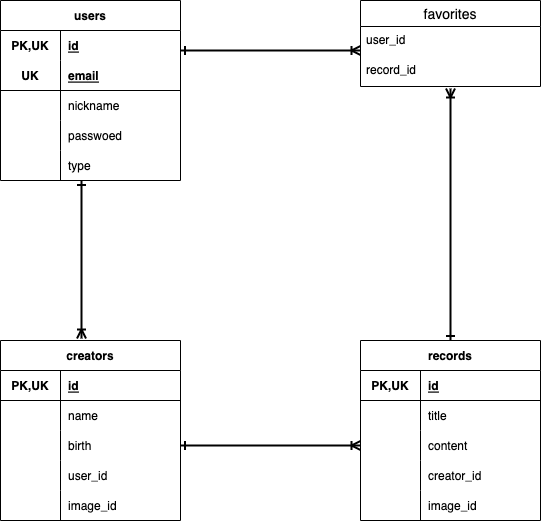
misternogood/issue_repository keeps this draw.io diagram as 自作アプリテーブル定義書-ER図/.drawio.png. Above is the earlier version. Source tidied: cells renumbered, new cells last; positions are measured from the earlier drawing's top-left corner, leaving out a move shared by most shapes.
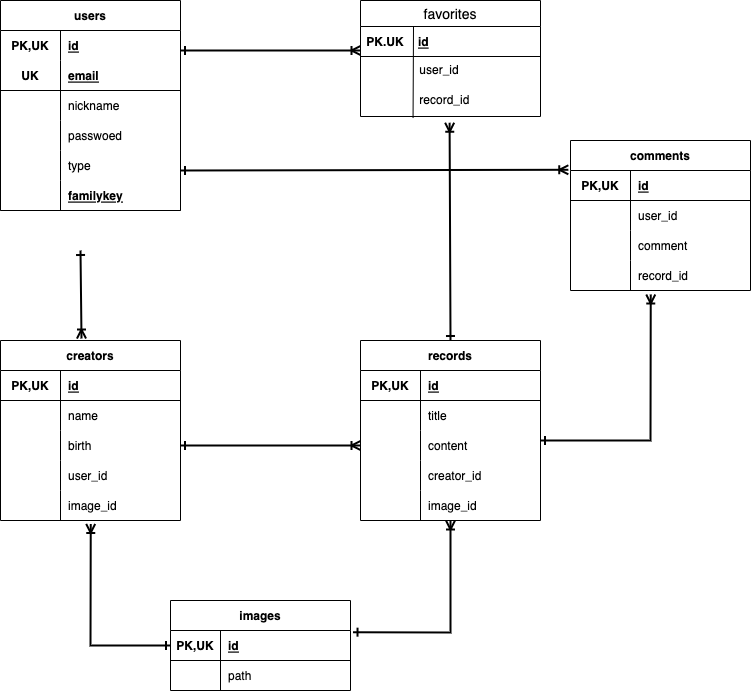
The same file after the commit.

Commit message:
テーブル追加のため修正

The edit, as a diff of the source:
```diff
@@ -3,7 +3,7 @@
     <mxCell id="0" />
     <mxCell id="1" parent="0" />
     <mxCell id="2" value="users" style="shape=table;startSize=30;rowLines=0;fontStyle=1;align=center;" parent="1" vertex="1">
-      <mxGeometry width="180" height="180" as="geometry" />
+      <mxGeometry width="180" height="210" as="geometry" />
     </mxCell>
     <mxCell id="3" style="shape=tableRow;horizontal=0;startSize=0;swimlaneHead=0;swimlaneBody=0;fillColor=none;top=0;left=0;right=0;bottom=0;" parent="2" vertex="1">
       <mxGeometry y="30" width="180" height="30" as="geometry" />
@@ -50,6 +50,15 @@
     <mxCell id="17" value="type" style="shape=partialRectangle;fillColor=none;top=0;left=0;bottom=0;right=0;align=left;spacingLeft=6;fontStyle=0;overflow=hidden;" parent="15" vertex="1">
       <mxGeometry x="60" width="120" height="30" as="geometry" />
     </mxCell>
+    <mxCell id="57" style="shape=tableRow;horizontal=0;startSize=0;swimlaneHead=0;swimlaneBody=0;fillColor=none;top=0;left=0;right=0;bottom=1;" parent="2" vertex="1">
+      <mxGeometry y="180" width="180" height="30" as="geometry" />
+    </mxCell>
+    <mxCell id="58" style="shape=partialRectangle;fillColor=none;top=0;left=0;bottom=0;right=0;fontStyle=1;overflow=hidden;" parent="57" vertex="1">
+      <mxGeometry width="60" height="30" as="geometry" />
+    </mxCell>
+    <mxCell id="59" value="familykey" style="shape=partialRectangle;fillColor=none;top=0;left=0;bottom=0;right=0;align=left;spacingLeft=6;fontStyle=5;overflow=hidden;" parent="57" vertex="1">
+      <mxGeometry x="60" width="120" height="30" as="geometry" />
+    </mxCell>
     <mxCell id="18" value="creators" style="shape=table;startSize=30;rowLines=0;fontStyle=1;align=center;" parent="1" vertex="1">
       <mxGeometry y="340" width="180" height="180" as="geometry" />
     </mxCell>
@@ -147,17 +156,34 @@
       <mxGeometry x="60" width="120" height="30" as="geometry" />
     </mxCell>
     <mxCell id="50" value="favorites" style="swimlane;fontStyle=0;horizontal=1;startSize=26;align=center;fontSize=14;" parent="1" vertex="1">
-      <mxGeometry x="360" width="180" height="86" as="geometry" />
+      <mxGeometry x="360" width="180" height="116" as="geometry" />
     </mxCell>
+    <mxCell id="60" style="shape=table;startSize=0;rowLines=0;fontStyle=0;align=center;strokeColor=none;fillColor=none;" parent="50" vertex="1">
+      <mxGeometry y="26" width="180" height="30" as="geometry" />
+    </mxCell>
+    <mxCell id="61" style="shape=tableRow;horizontal=0;startSize=0;swimlaneHead=0;swimlaneBody=0;fillColor=none;top=0;left=0;right=0;bottom=1;" parent="60" vertex="1">
+      <mxGeometry width="180" height="30" as="geometry" />
+    </mxCell>
+    <mxCell id="62" value="PK.UK" style="shape=partialRectangle;fillColor=none;top=0;left=0;bottom=0;right=0;fontStyle=1;overflow=hidden;" parent="61" vertex="1">
+      <mxGeometry width="50" height="30" as="geometry" />
+    </mxCell>
+    <mxCell id="63" value="id" style="shape=partialRectangle;fillColor=none;top=0;left=0;bottom=0;right=0;align=left;spacingLeft=6;fontStyle=5;overflow=hidden;" parent="61" vertex="1">
+      <mxGeometry x="50" width="130" height="30" as="geometry" />
+    </mxCell>
-    <mxCell id="51" value="user_id" style="text;strokeColor=none;fillColor=none;spacingLeft=4;spacingRight=4;overflow=hidden;fontSize=12;" parent="50" vertex="1">
-      <mxGeometry y="26" width="180" height="30" as="geometry" />
+    <mxCell id="51" value="                user_id" style="text;strokeColor=none;fillColor=none;spacingLeft=4;spacingRight=4;overflow=hidden;fontSize=12;" parent="50" vertex="1">
+      <mxGeometry y="56" width="180" height="30" as="geometry" />
     </mxCell>
+    <mxCell id="64" style="endArrow=none;html=1;rounded=0;entryX=0.292;entryY=1.051;entryDx=0;entryDy=0;entryPerimeter=0;" parent="50" edge="1" target="52">
+      <mxGeometry relative="1" as="geometry">
+        <mxPoint x="53" y="26" as="sourcePoint" />
+      </mxGeometry>
+    </mxCell>
-    <mxCell id="52" value="record_id" style="text;strokeColor=none;fillColor=none;spacingLeft=4;spacingRight=4;overflow=hidden;points=[[0,0.5],[1,0.5]];portConstraint=eastwest;fontSize=12;" parent="50" vertex="1">
-      <mxGeometry y="56" width="180" height="30" as="geometry" />
+    <mxCell id="52" value="                record_id" style="text;strokeColor=none;fillColor=none;spacingLeft=4;spacingRight=4;overflow=hidden;points=[[0,0.5],[1,0.5]];portConstraint=eastwest;fontSize=12;" parent="50" vertex="1">
+      <mxGeometry y="86" width="180" height="30" as="geometry" />
     </mxCell>
     <mxCell id="53" style="endArrow=ERoneToMany;html=1;rounded=0;entryX=0.45;entryY=-0.011;entryDx=0;entryDy=0;entryPerimeter=0;strokeWidth=2;startArrow=ERone;startFill=0;endFill=0;" parent="1" edge="1" target="18">
       <mxGeometry relative="1" as="geometry">
-        <mxPoint x="81" y="180" as="sourcePoint" />
+        <mxPoint x="80" y="250" as="sourcePoint" />
       </mxGeometry>
     </mxCell>
     <mxCell id="54" style="endArrow=ERoneToMany;html=1;rounded=0;strokeWidth=2;startArrow=ERone;startFill=0;endFill=0;exitX=1;exitY=0.5;exitDx=0;exitDy=0;entryX=0;entryY=0.5;entryDx=0;entryDy=0;" parent="1" edge="1" source="25" target="41">
@@ -169,8 +195,96 @@
         <mxPoint x="360" y="50" as="targetPoint" />
       </mxGeometry>
     </mxCell>
-    <mxCell id="56" style="endArrow=ERoneToMany;html=1;rounded=0;entryX=0.5;entryY=1.067;entryDx=0;entryDy=0;entryPerimeter=0;strokeWidth=2;startArrow=ERone;startFill=0;endFill=0;exitX=0.5;exitY=0;exitDx=0;exitDy=0;" parent="1" edge="1" source="34" target="52">
+    <mxCell id="56" style="endArrow=ERoneToMany;html=1;rounded=0;strokeWidth=2;startArrow=ERone;startFill=0;endFill=0;exitX=0.5;exitY=0;exitDx=0;exitDy=0;entryX=0.495;entryY=1.208;entryDx=0;entryDy=0;entryPerimeter=0;" parent="1" edge="1" source="34" target="52">
       <mxGeometry relative="1" as="geometry" />
     </mxCell>
+    <mxCell id="65" value="images" style="shape=table;startSize=30;rowLines=0;fontStyle=1;align=center;" parent="1" vertex="1">
+      <mxGeometry x="170" y="600" width="180" height="90" as="geometry" />
+    </mxCell>
+    <mxCell id="66" style="shape=tableRow;horizontal=0;startSize=0;swimlaneHead=0;swimlaneBody=0;fillColor=none;points=[[0,0.5],[1,0.5]];portConstraint=eastwest;top=0;left=0;right=0;bottom=1;" parent="65" vertex="1">
+      <mxGeometry y="30" width="180" height="30" as="geometry" />
+    </mxCell>
+    <mxCell id="67" value="PK,UK" style="shape=partialRectangle;fillColor=none;top=0;left=0;bottom=0;right=0;fontStyle=1;overflow=hidden;" parent="66" vertex="1">
+      <mxGeometry width="50" height="30" as="geometry" />
+    </mxCell>
+    <mxCell id="68" value="id" style="shape=partialRectangle;fillColor=none;top=0;left=0;bottom=0;right=0;align=left;spacingLeft=6;fontStyle=5;overflow=hidden;" parent="66" vertex="1">
+      <mxGeometry x="50" width="130" height="30" as="geometry" />
+    </mxCell>
+    <mxCell id="69" style="shape=tableRow;horizontal=0;startSize=0;swimlaneHead=0;swimlaneBody=0;fillColor=none;top=0;left=0;right=0;bottom=0;" parent="65" vertex="1">
+      <mxGeometry y="60" width="180" height="30" as="geometry" />
+    </mxCell>
+    <mxCell id="70" style="shape=partialRectangle;fillColor=none;top=0;left=0;bottom=0;right=0;overflow=hidden;" parent="69" vertex="1">
+      <mxGeometry width="50" height="30" as="geometry" />
+    </mxCell>
+    <mxCell id="71" value="path" style="shape=partialRectangle;fillColor=none;top=0;left=0;bottom=0;right=0;align=left;spacingLeft=6;overflow=hidden;" parent="69" vertex="1">
+      <mxGeometry x="50" width="130" height="30" as="geometry" />
+    </mxCell>
+    <mxCell id="72" style="endArrow=ERoneToMany;html=1;rounded=0;strokeWidth=2;startArrow=ERone;startFill=0;endFill=0;exitX=1.014;exitY=0.055;exitDx=0;exitDy=0;exitPerimeter=0;" parent="1" edge="1" source="66">
+      <mxGeometry relative="1" as="geometry">
+        <mxPoint x="450" y="520" as="targetPoint" />
+        <Array as="points">
+          <mxPoint x="450" y="632" />
+        </Array>
+      </mxGeometry>
+    </mxCell>
+    <mxCell id="73" style="endArrow=ERoneToMany;html=1;rounded=0;strokeWidth=2;startArrow=ERone;startFill=0;endFill=0;exitX=0;exitY=0.5;exitDx=0;exitDy=0;entryX=0.501;entryY=1.114;entryDx=0;entryDy=0;entryPerimeter=0;" parent="1" edge="1" source="66" target="31">
+      <mxGeometry relative="1" as="geometry">
+        <Array as="points">
+          <mxPoint x="90" y="645" />
+        </Array>
+      </mxGeometry>
+    </mxCell>
+    <mxCell id="74" value="comments" style="shape=table;startSize=30;rowLines=0;fontStyle=1;align=center;" parent="1" vertex="1">
+      <mxGeometry x="570" y="140" width="180" height="150" as="geometry" />
+    </mxCell>
+    <mxCell id="75" style="shape=tableRow;horizontal=0;startSize=0;swimlaneHead=0;swimlaneBody=0;fillColor=none;points=[[0,0.5],[1,0.5]];portConstraint=eastwest;top=0;left=0;right=0;bottom=1;" parent="74" vertex="1">
+      <mxGeometry y="30" width="180" height="30" as="geometry" />
+    </mxCell>
+    <mxCell id="76" value="PK,UK" style="shape=partialRectangle;fillColor=none;top=0;left=0;bottom=0;right=0;fontStyle=1;overflow=hidden;" parent="75" vertex="1">
+      <mxGeometry width="60" height="30" as="geometry" />
+    </mxCell>
+    <mxCell id="77" value="id" style="shape=partialRectangle;fillColor=none;top=0;left=0;bottom=0;right=0;align=left;spacingLeft=6;fontStyle=5;overflow=hidden;" parent="75" vertex="1">
+      <mxGeometry x="60" width="120" height="30" as="geometry" />
+    </mxCell>
+    <mxCell id="78" style="shape=tableRow;horizontal=0;startSize=0;swimlaneHead=0;swimlaneBody=0;fillColor=none;top=0;left=0;right=0;bottom=0;" parent="74" vertex="1">
+      <mxGeometry y="60" width="180" height="30" as="geometry" />
+    </mxCell>
+    <mxCell id="79" style="shape=partialRectangle;fillColor=none;top=0;left=0;bottom=0;right=0;overflow=hidden;" parent="78" vertex="1">
+      <mxGeometry width="60" height="30" as="geometry" />
+    </mxCell>
+    <mxCell id="80" value="user_id" style="shape=partialRectangle;fillColor=none;top=0;left=0;bottom=0;right=0;align=left;spacingLeft=6;overflow=hidden;" parent="78" vertex="1">
+      <mxGeometry x="60" width="120" height="30" as="geometry" />
+    </mxCell>
+    <mxCell id="81" style="shape=tableRow;horizontal=0;startSize=0;swimlaneHead=0;swimlaneBody=0;fillColor=none;top=0;left=0;right=0;bottom=0;" parent="74" vertex="1">
+      <mxGeometry y="90" width="180" height="30" as="geometry" />
+    </mxCell>
+    <mxCell id="82" style="shape=partialRectangle;fillColor=none;top=0;left=0;bottom=0;right=0;overflow=hidden;" parent="81" vertex="1">
+      <mxGeometry width="60" height="30" as="geometry" />
+    </mxCell>
+    <mxCell id="83" value="comment" style="shape=partialRectangle;fillColor=none;top=0;left=0;bottom=0;right=0;align=left;spacingLeft=6;overflow=hidden;" parent="81" vertex="1">
+      <mxGeometry x="60" width="120" height="30" as="geometry" />
+    </mxCell>
+    <mxCell id="84" style="shape=tableRow;horizontal=0;startSize=0;swimlaneHead=0;swimlaneBody=0;fillColor=none;points=[[0,0.5],[1,0.5]];portConstraint=eastwest;top=0;left=0;right=0;bottom=0;" parent="74" vertex="1">
+      <mxGeometry y="120" width="180" height="30" as="geometry" />
+    </mxCell>
+    <mxCell id="85" style="shape=partialRectangle;fillColor=none;top=0;left=0;bottom=0;right=0;overflow=hidden;" parent="84" vertex="1">
+      <mxGeometry width="60" height="30" as="geometry" />
+    </mxCell>
+    <mxCell id="86" value="record_id" style="shape=partialRectangle;fillColor=none;top=0;left=0;bottom=0;right=0;align=left;spacingLeft=6;overflow=hidden;" parent="84" vertex="1">
+      <mxGeometry x="60" width="120" height="30" as="geometry" />
+    </mxCell>
+    <mxCell id="87" style="endArrow=ERoneToMany;html=1;rounded=0;strokeWidth=2;startArrow=ERone;startFill=0;endFill=0;exitX=1;exitY=0.5;exitDx=0;exitDy=0;entryX=-0.012;entryY=-0.024;entryDx=0;entryDy=0;entryPerimeter=0;" parent="1" edge="1" target="75">
+      <mxGeometry relative="1" as="geometry">
+        <mxPoint x="180" y="170" as="sourcePoint" />
+      </mxGeometry>
+    </mxCell>
+    <mxCell id="88" style="endArrow=ERoneToMany;html=1;rounded=0;strokeWidth=2;startArrow=ERone;startFill=0;endFill=0;exitX=1;exitY=0.5;exitDx=0;exitDy=0;entryX=0.446;entryY=1.133;entryDx=0;entryDy=0;entryPerimeter=0;" parent="1" edge="1" target="84">
+      <mxGeometry relative="1" as="geometry">
+        <mxPoint x="540" y="440" as="sourcePoint" />
+        <Array as="points">
+          <mxPoint x="650" y="440" />
+        </Array>
+      </mxGeometry>
+    </mxCell>
   </root>
 </mxGraphModel>
```
